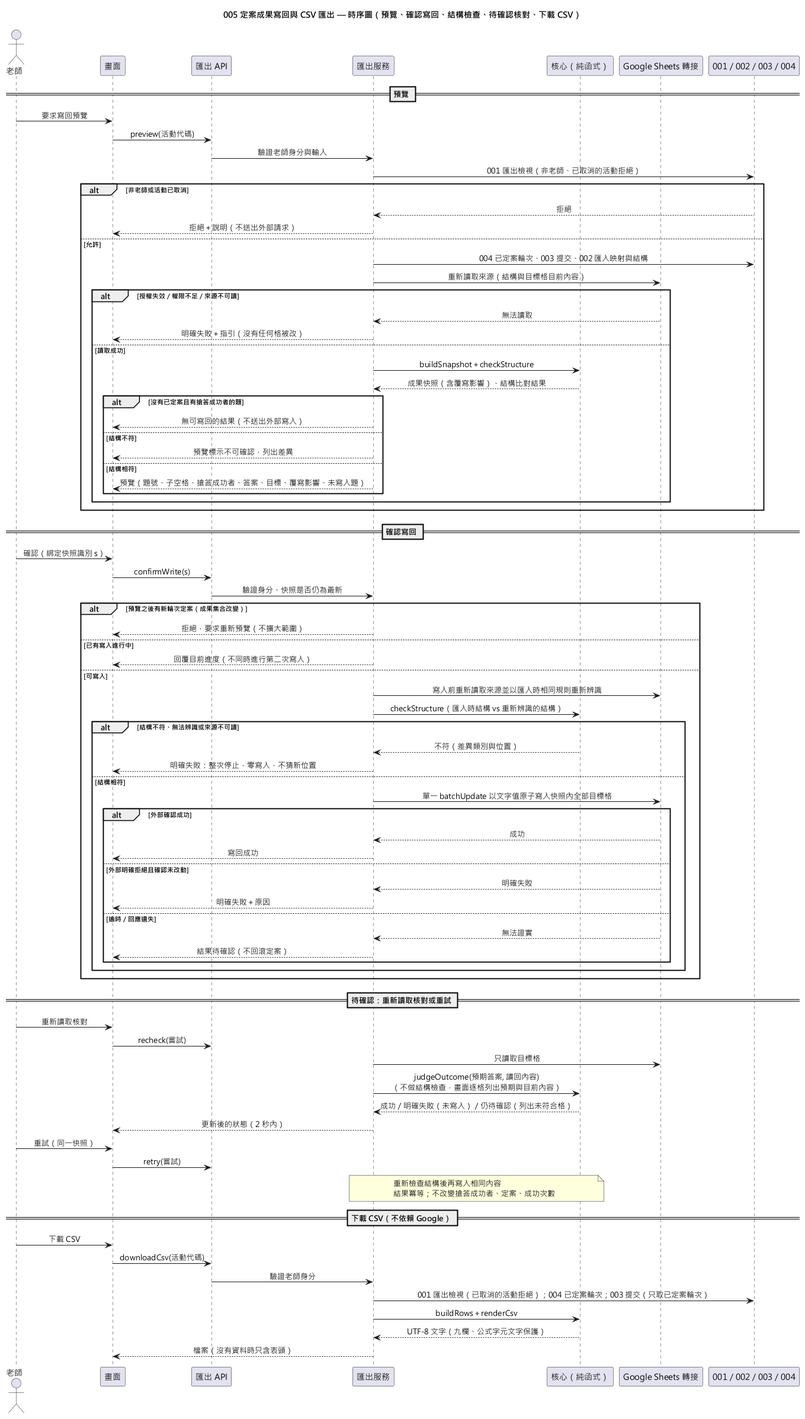
The PlantUML diagram diagrams/005-result-export-sequence.png in EricC430/lecture-answer-first_group16_speckit, before a commit.
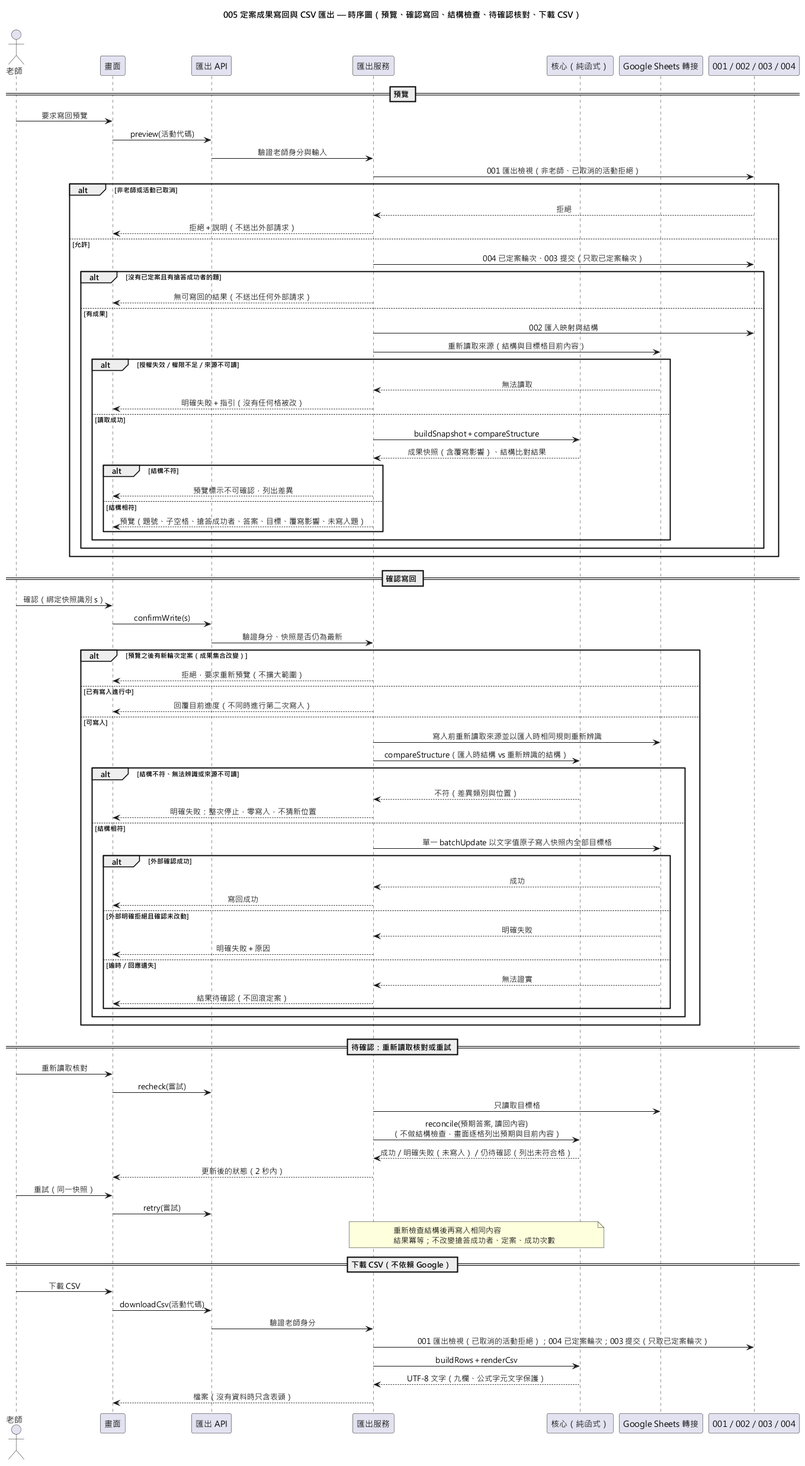
The same file after the commit.

Change to the diagram source:
```diff
@@ -20,20 +20,23 @@
   D --> S : 拒絕
   S --> UI : 拒絕＋說明（不送出外部請求）
 else 允許
-  S -> D : 004 已定案輪次、003 提交、002 匯入映射與結構
-  S -> G : 重新讀取來源（結構與目標格目前內容）
-  alt 授權失效／權限不足／來源不可讀
-    G --> S : 無法讀取
-    S --> UI : 明確失敗＋指引（沒有任何格被改）
-  else 讀取成功
-    S -> C : buildSnapshot＋checkStructure
-    C --> S : 成果快照（含覆寫影響）、結構比對結果
-    alt 沒有已定案且有搶答成功者的題
-      S --> UI : 無可寫回的結果（不送出外部寫入）
-    else 結構不符
-      S --> UI : 預覽標示不可確認，列出差異
-    else 結構相符
-      S --> UI : 預覽（題號、子空格、搶答成功者、答案、目標、覆寫影響、未寫入題）
+  S -> D : 004 已定案輪次、003 提交（只取已定案輪次）
+  alt 沒有已定案且有搶答成功者的題
+    S --> UI : 無可寫回的結果（不送出任何外部請求）
+  else 有成果
+    S -> D : 002 匯入映射與結構
+    S -> G : 重新讀取來源（結構與目標格目前內容）
+    alt 授權失效／權限不足／來源不可讀
+      G --> S : 無法讀取
+      S --> UI : 明確失敗＋指引（沒有任何格被改）
+    else 讀取成功
+      S -> C : buildSnapshot＋compareStructure
+      C --> S : 成果快照（含覆寫影響）、結構比對結果
+      alt 結構不符
+        S --> UI : 預覽標示不可確認，列出差異
+      else 結構相符
+        S --> UI : 預覽（題號、子空格、搶答成功者、答案、目標、覆寫影響、未寫入題）
+      end
     end
   end
 end
@@ -48,7 +51,7 @@
   S --> UI : 回覆目前進度（不同時進行第二次寫入）
 else 可寫入
   S -> G : 寫入前重新讀取來源並以匯入時相同規則重新辨識
-  S -> C : checkStructure（匯入時結構 vs 重新辨識的結構）
+  S -> C : compareStructure（匯入時結構 vs 重新辨識的結構）
   alt 結構不符、無法辨識或來源不可讀
     C --> S : 不符（差異類別與位置）
     S --> UI : 明確失敗：整次停止，零寫入，不猜新位置
@@ -71,7 +74,7 @@
 T -> UI : 重新讀取核對
 UI -> API : recheck(嘗試)
 S -> G : 只讀取目標格
-S -> C : judgeOutcome(預期答案, 讀回內容)\n（不做結構檢查，畫面逐格列出預期與目前內容）
+S -> C : reconcile(預期答案, 讀回內容)\n（不做結構檢查，畫面逐格列出預期與目前內容）
 C --> S : 成功／明確失敗（未寫入）／仍待確認（列出未符合格）
 S --> UI : 更新後的狀態（2 秒內）
 T -> UI : 重試（同一快照）
```
